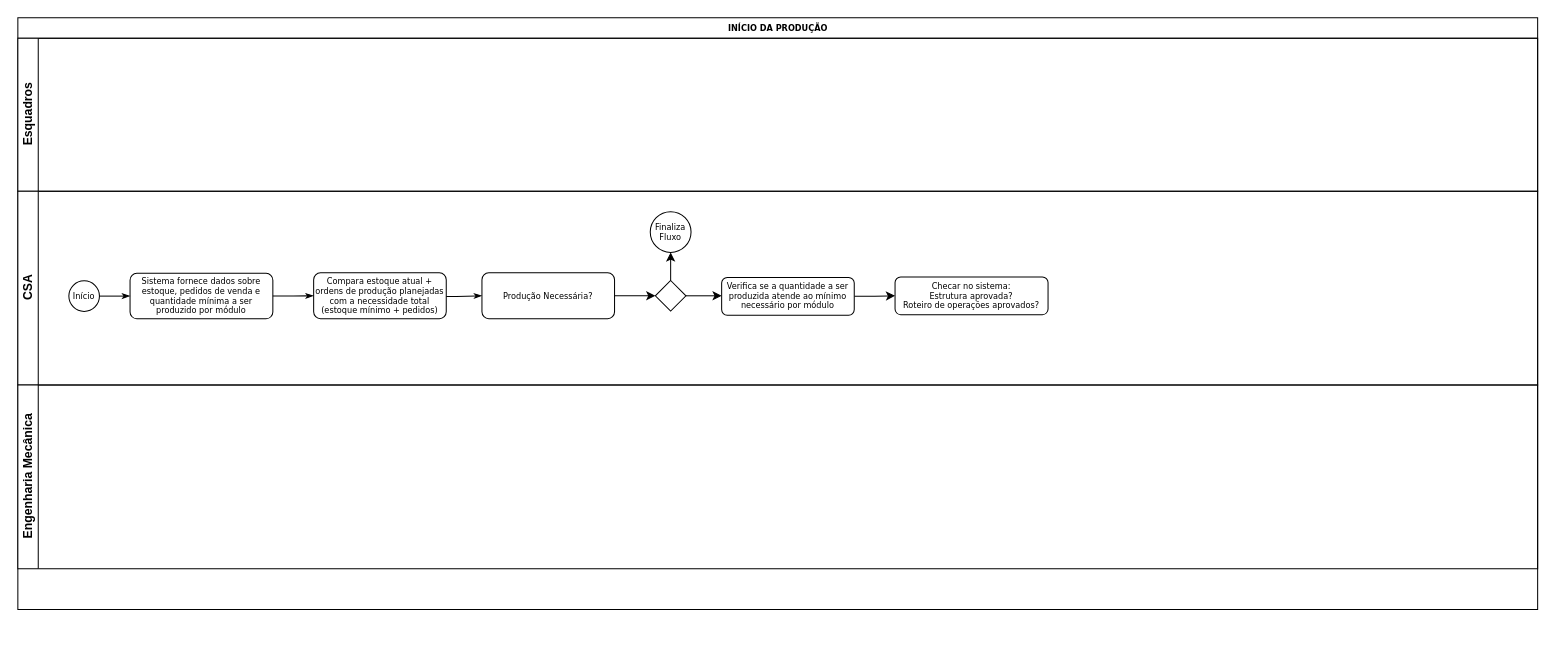
The draw.io diagram fluxogramas/Diagrama sem nome.drawio in felipegps/fluxogramas, before the edit. Source tidied: cells renumbered, new cells numbered last; positions are measured from the earlier drawing's top-left corner, leaving out a move shared by most shapes. Both pictures are drawn from the tidied source at 102%, with x=0, y=0 at pixel (17, 17).
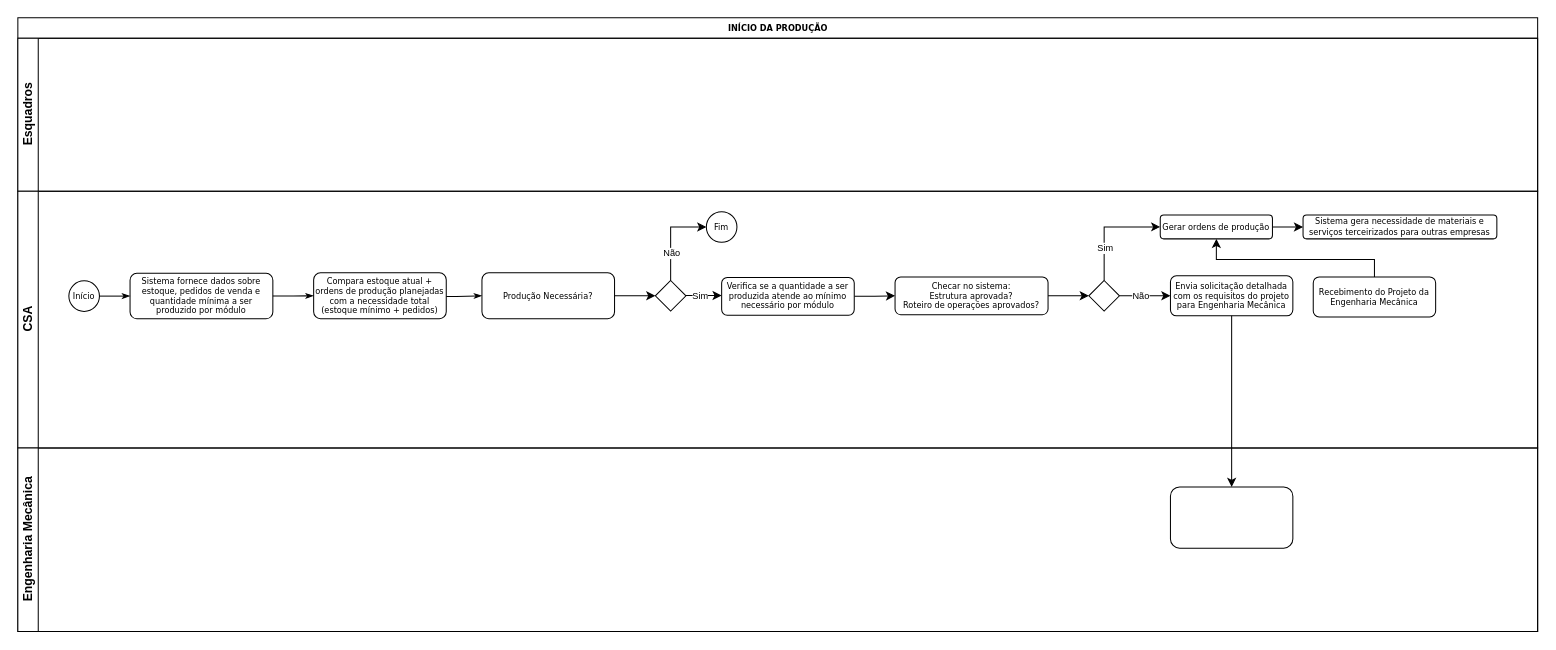
After the change.

The change refers to these unchanged cells:
```xml
<mxCell id="9" style="strokeWidth=1;html=1;shape=mxgraph.flowchart.decision;whiteSpace=wrap;rounded=1;shadow=0;labelBackgroundColor=none;fontFamily=Verdana;fontSize=8;align=center;" parent="4" vertex="1">
  <mxGeometry x="625" y="87.5" width="30" height="30" as="geometry" />
</mxCell>
<mxCell id="11" value="Verifica se a quantidade a ser produzida atende ao mínimo necessário por módulo" style="rounded=1;whiteSpace=wrap;html=1;shadow=0;labelBackgroundColor=none;strokeWidth=1;fontFamily=Verdana;fontSize=8;align=center;" parent="4" vertex="1">
  <mxGeometry x="690" y="84.5" width="130" height="37" as="geometry" />
</mxCell>
<mxCell id="19" value="Checar no sistema:&lt;br&gt;Estrutura aprovada?&lt;div&gt;Roteiro de operações aprovados?&lt;/div&gt;" style="rounded=1;whiteSpace=wrap;html=1;shadow=0;labelBackgroundColor=none;strokeWidth=1;fontFamily=Verdana;fontSize=8;align=center;" parent="4" vertex="1">
  <mxGeometry x="860" y="84" width="150" height="37" as="geometry" />
</mxCell>
```

What changed in the source:
```diff
@@
     <mxCell id="2" value="INÍCIO DA PRODUÇÃO" style="swimlane;html=1;horizontal=1;startSize=20;rounded=0;shadow=0;labelBackgroundColor=none;strokeWidth=1;fontFamily=Verdana;fontSize=8;align=center;" parent="1" vertex="1">
-      <mxGeometry width="1490" height="580" as="geometry" />
+      <mxGeometry width="1490" height="601.7" as="geometry" />
     </mxCell>
@@
     <mxCell id="4" value="CSA" style="swimlane;html=1;startSize=20;horizontal=0;" parent="2" vertex="1">
-      <mxGeometry y="170" width="1490" height="190" as="geometry" />
+      <mxGeometry y="170" width="1490" height="251.7" as="geometry" />
     </mxCell>
@@
-    <mxCell id="7" style="edgeStyle=orthogonalEdgeStyle;rounded=0;jettySize=auto;html=1;exitX=1;exitY=0.5;exitDx=0;exitDy=0;exitPerimeter=0;entryX=0;entryY=0.5;entryDx=0;entryDy=0;" parent="4" edge="1" source="9" target="11">
-      <mxGeometry relative="1" as="geometry" />
+    <mxCell id="7" style="edgeStyle=orthogonalEdgeStyle;rounded=0;orthogonalLoop=1;jettySize=auto;html=1;exitX=1;exitY=0.5;exitDx=0;exitDy=0;exitPerimeter=0;entryX=0;entryY=0.5;entryDx=0;entryDy=0;" parent="4" edge="1">
+      <mxGeometry relative="1" as="geometry">
+        <mxPoint x="655" y="102.2" as="sourcePoint" />
+        <mxPoint x="690" y="102.8" as="targetPoint" />
+      </mxGeometry>
     </mxCell>
+    <mxCell id="21" value="Sim" style="edgeLabel;html=1;align=center;verticalAlign=middle;fontSize=9;" parent="7" vertex="1">
+      <mxGeometry x="-0.52" y="-2" relative="1" as="geometry">
+        <mxPoint x="4" y="-2" as="offset" />
+      </mxGeometry>
+    </mxCell>
-    <mxCell id="8" style="edgeStyle=orthogonalEdgeStyle;rounded=0;jettySize=auto;html=1;exitX=0.5;exitY=0;exitDx=0;exitDy=0;exitPerimeter=0;entryX=0.5;entryY=1;entryDx=0;entryDy=0;" parent="4" edge="1" source="9" target="18">
-      <mxGeometry relative="1" as="geometry" />
+    <mxCell id="8" style="edgeStyle=orthogonalEdgeStyle;rounded=0;jettySize=auto;html=1;exitX=0.5;exitY=0;exitDx=0;exitDy=0;exitPerimeter=0;entryX=0;entryY=0.5;entryDx=0;entryDy=0;" parent="4" edge="1" source="9" target="18">
+      <mxGeometry relative="1" as="geometry">
+        <Array as="points">
+          <mxPoint x="640" y="35" />
+        </Array>
+      </mxGeometry>
     </mxCell>
+    <mxCell id="22" value="Não" style="edgeLabel;html=1;align=center;verticalAlign=middle;arcSize=8;fontSize=9;" parent="8" vertex="1">
+      <mxGeometry x="-0.54" y="1" relative="1" as="geometry">
+        <mxPoint x="1" y="-7" as="offset" />
+      </mxGeometry>
+    </mxCell>
@@
-    <mxCell id="18" value="Finaliza Fluxo" style="ellipse;whiteSpace=wrap;html=1;rounded=0;shadow=0;labelBackgroundColor=none;strokeWidth=1;fontFamily=Verdana;fontSize=8;align=center;" parent="4" vertex="1">
-      <mxGeometry x="620" y="20" width="40" height="40" as="geometry" />
+    <mxCell id="18" value="Fim" style="ellipse;whiteSpace=wrap;html=1;rounded=0;shadow=0;labelBackgroundColor=none;strokeWidth=1;fontFamily=Verdana;fontSize=8;align=center;" parent="4" vertex="1">
+      <mxGeometry x="675" y="20" width="30" height="30" as="geometry" />
     </mxCell>
@@
+    <mxCell id="23" style="edgeStyle=orthogonalEdgeStyle;rounded=0;jettySize=auto;html=1;exitX=1;exitY=0.5;exitDx=0;exitDy=0;exitPerimeter=0;entryX=0;entryY=0.5;entryDx=0;entryDy=0;" parent="4" edge="1" source="27" target="31">
+      <mxGeometry relative="1" as="geometry" />
+    </mxCell>
+    <mxCell id="24" value="Não" style="edgeLabel;html=1;align=center;verticalAlign=middle;fontSize=9;" parent="23" vertex="1">
+      <mxGeometry x="-0.52" y="-2" relative="1" as="geometry">
+        <mxPoint x="8" y="-2" as="offset" />
+      </mxGeometry>
+    </mxCell>
+    <mxCell id="25" style="edgeStyle=orthogonalEdgeStyle;rounded=0;jettySize=auto;html=1;exitX=0.5;exitY=0;exitDx=0;exitDy=0;exitPerimeter=0;entryX=0;entryY=0.5;entryDx=0;entryDy=0;" parent="4" edge="1" source="27" target="30">
+      <mxGeometry relative="1" as="geometry">
+        <Array as="points">
+          <mxPoint x="1065" y="35" />
+        </Array>
+      </mxGeometry>
+    </mxCell>
+    <mxCell id="26" value="Sim" style="edgeLabel;html=1;align=center;verticalAlign=middle;arcSize=8;fontSize=9;" parent="25" vertex="1">
+      <mxGeometry x="-0.54" y="1" relative="1" as="geometry">
+        <mxPoint x="1" y="-7" as="offset" />
+      </mxGeometry>
+    </mxCell>
+    <mxCell id="27" style="strokeWidth=1;html=1;shape=mxgraph.flowchart.decision;whiteSpace=wrap;rounded=1;shadow=0;labelBackgroundColor=none;fontFamily=Verdana;fontSize=8;align=center;" parent="4" vertex="1">
+      <mxGeometry x="1050" y="87.5" width="30" height="30" as="geometry" />
+    </mxCell>
+    <mxCell id="28" style="edgeStyle=orthogonalEdgeStyle;rounded=0;jettySize=auto;html=1;exitX=1;exitY=0.5;exitDx=0;exitDy=0;entryX=0;entryY=0.5;entryDx=0;entryDy=0;entryPerimeter=0;" parent="4" edge="1" source="19" target="27">
+      <mxGeometry relative="1" as="geometry" />
+    </mxCell>
+    <mxCell id="29" style="edgeStyle=orthogonalEdgeStyle;rounded=0;jettySize=auto;html=1;exitX=1;exitY=0.5;exitDx=0;exitDy=0;" parent="4" edge="1" source="30" target="34">
+      <mxGeometry relative="1" as="geometry" />
+    </mxCell>
+    <mxCell id="30" value="Gerar ordens de produção" style="rounded=1;whiteSpace=wrap;html=1;shadow=0;labelBackgroundColor=none;strokeWidth=1;fontFamily=Verdana;fontSize=8;align=center;" parent="4" vertex="1">
+      <mxGeometry x="1120" y="23.2" width="110" height="23.5" as="geometry" />
+    </mxCell>
+    <mxCell id="31" value="Envia solicitação detalhada com os requisitos do projeto para Engenharia Mecânica" style="rounded=1;whiteSpace=wrap;html=1;shadow=0;labelBackgroundColor=none;strokeWidth=1;fontFamily=Verdana;fontSize=8;align=center;" parent="4" vertex="1">
+      <mxGeometry x="1130" y="82.9" width="120" height="39.2" as="geometry" />
+    </mxCell>
+    <mxCell id="32" style="edgeStyle=orthogonalEdgeStyle;rounded=0;jettySize=auto;html=1;exitX=0.5;exitY=0;exitDx=0;exitDy=0;entryX=0.5;entryY=1;entryDx=0;entryDy=0;" parent="4" edge="1" source="33" target="30">
+      <mxGeometry relative="1" as="geometry">
+        <Array as="points">
+          <mxPoint x="1330" y="67" />
+          <mxPoint x="1175" y="67" />
+        </Array>
+      </mxGeometry>
+    </mxCell>
+    <mxCell id="33" value="Recebimento do Projeto da Engenharia Mecânica" style="rounded=1;whiteSpace=wrap;html=1;shadow=0;labelBackgroundColor=none;strokeWidth=1;fontFamily=Verdana;fontSize=8;align=center;" parent="4" vertex="1">
+      <mxGeometry x="1270" y="84" width="120" height="39.2" as="geometry" />
+    </mxCell>
+    <mxCell id="34" value="Sistema gera necessidade de materiais e serviços terceirizados para outras empresas" style="rounded=1;whiteSpace=wrap;html=1;shadow=0;labelBackgroundColor=none;strokeWidth=1;fontFamily=Verdana;fontSize=8;align=center;" parent="4" vertex="1">
+      <mxGeometry x="1260" y="23.2" width="190" height="23.5" as="geometry" />
+    </mxCell>
     <mxCell id="20" value="Engenharia Mecânica" style="swimlane;html=1;startSize=20;horizontal=0;" parent="2" vertex="1">
-      <mxGeometry y="360" width="1490" height="180" as="geometry" />
+      <mxGeometry y="421.7" width="1490" height="180" as="geometry" />
     </mxCell>
+    <mxCell id="35" style="whiteSpace=wrap;html=1;fontSize=8;fontFamily=Verdana;rounded=1;shadow=0;labelBackgroundColor=none;strokeWidth=1;" parent="20" vertex="1">
+      <mxGeometry x="1130" y="38.2" width="120" height="60" as="geometry" />
+    </mxCell>
+    <mxCell id="36" style="edgeStyle=orthogonalEdgeStyle;rounded=0;jettySize=auto;html=1;" parent="2" edge="1" source="31" target="35">
+      <mxGeometry relative="1" as="geometry" />
+    </mxCell>
```
